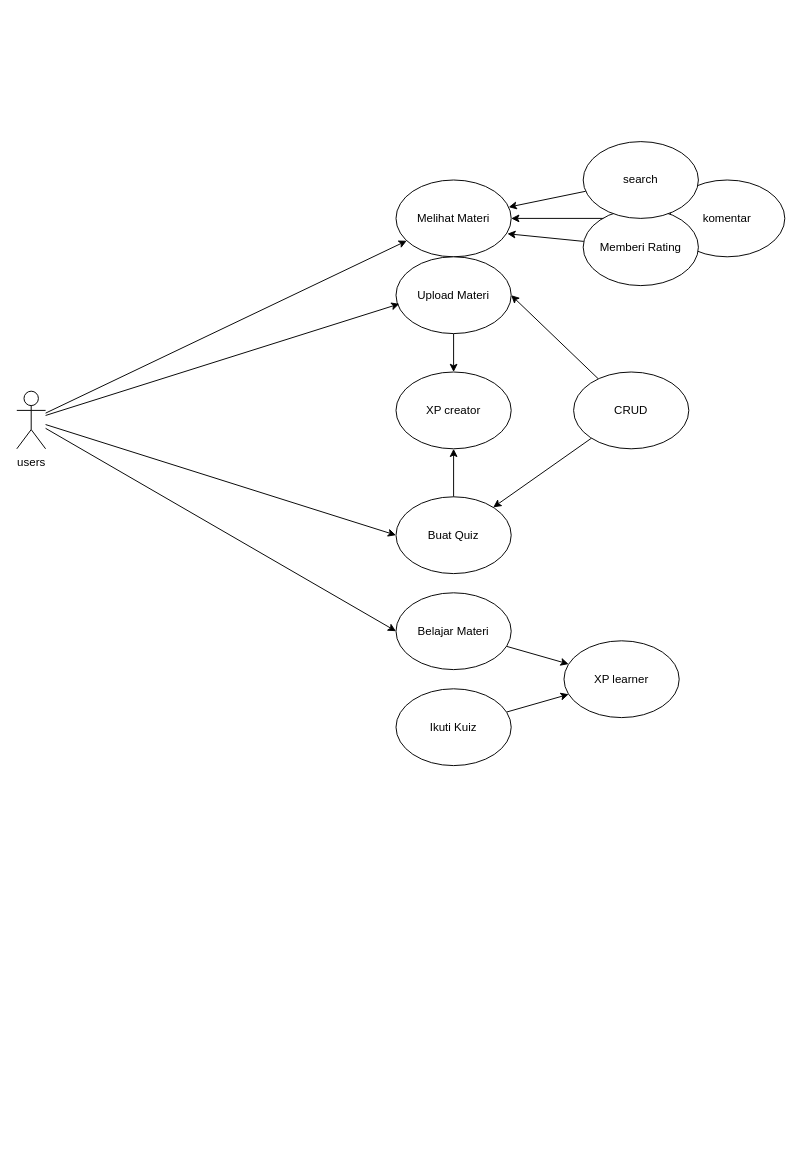
AN-maz/documentation-progress keeps this draw.io diagram as tim2/USD.drawio. Above is the earlier version. Source tidied: cells renumbered, new cells numbered last; positions are measured from the earlier drawing's top-left corner, leaving out a move shared by most shapes. Both pictures are drawn from the tidied source at 96%, with x=0, y=0 at pixel (16, 141).
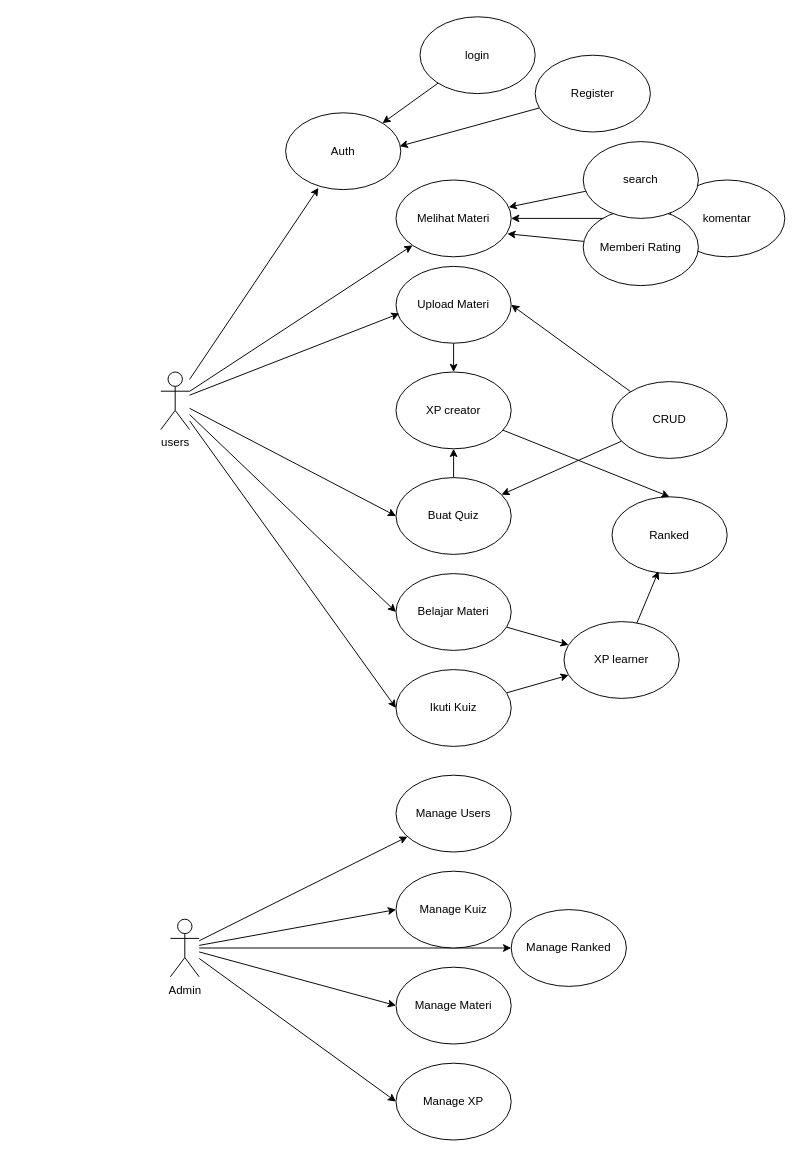
After the change.

The change refers to these unchanged cells:
```xml
<mxCell id="23" value="XP creator" style="ellipse;whiteSpace=wrap;html=1;" parent="1" vertex="1">
  <mxGeometry x="395" y="240" width="120" height="80" as="geometry" />
</mxCell>
```

Diff of the diagram source:
```diff
@@
+    <mxCell id="27" style="edgeStyle=none;html=1;entryX=0;entryY=0.5;entryDx=0;entryDy=0;" parent="1" edge="1" source="5" target="26">
+      <mxGeometry relative="1" as="geometry" />
+    </mxCell>
     <mxCell id="5" value="users" style="shape=umlActor;verticalLabelPosition=bottom;verticalAlign=top;html=1;outlineConnect=0;" parent="1" vertex="1">
-      <mxGeometry y="260" width="30" height="60" as="geometry" />
+      <mxGeometry x="150" y="240" width="30" height="60" as="geometry" />
     </mxCell>
@@
     <mxCell id="8" value="Upload Materi" style="ellipse;whiteSpace=wrap;html=1;" parent="1" vertex="1">
-      <mxGeometry x="395" y="120" width="120" height="80" as="geometry" />
+      <mxGeometry x="395" y="130" width="120" height="80" as="geometry" />
     </mxCell>
@@
     <mxCell id="15" value="Buat Quiz" style="ellipse;whiteSpace=wrap;html=1;" parent="1" vertex="1">
-      <mxGeometry x="395" y="370" width="120" height="80" as="geometry" />
+      <mxGeometry x="395" y="350" width="120" height="80" as="geometry" />
     </mxCell>
@@
     <mxCell id="18" value="CRUD" style="ellipse;whiteSpace=wrap;html=1;" parent="1" vertex="1">
-      <mxGeometry x="580" y="240" width="120" height="80" as="geometry" />
+      <mxGeometry x="620" y="250" width="120" height="80" as="geometry" />
     </mxCell>
@@
     <mxCell id="22" value="Belajar Materi" style="ellipse;whiteSpace=wrap;html=1;" parent="1" vertex="1">
-      <mxGeometry x="395" y="470" width="120" height="80" as="geometry" />
+      <mxGeometry x="395" y="450" width="120" height="80" as="geometry" />
     </mxCell>
+    <mxCell id="28" style="edgeStyle=none;html=1;entryX=0.5;entryY=0;entryDx=0;entryDy=0;" parent="1" edge="1" source="23" target="39">
+      <mxGeometry relative="1" as="geometry" />
+    </mxCell>
@@
     <mxCell id="24" value="XP learner" style="ellipse;whiteSpace=wrap;html=1;" parent="1" vertex="1">
-      <mxGeometry x="570" y="520" width="120" height="80" as="geometry" />
+      <mxGeometry x="570" y="500" width="120" height="80" as="geometry" />
     </mxCell>
@@
     <mxCell id="26" value="Ikuti Kuiz" style="ellipse;whiteSpace=wrap;html=1;" parent="1" vertex="1">
-      <mxGeometry x="395" y="570" width="120" height="80" as="geometry" />
+      <mxGeometry x="395" y="550" width="120" height="80" as="geometry" />
     </mxCell>
+    <mxCell id="29" style="edgeStyle=none;html=1;" parent="1" edge="1" source="34" target="35">
+      <mxGeometry relative="1" as="geometry" />
+    </mxCell>
+    <mxCell id="30" style="edgeStyle=none;html=1;entryX=0;entryY=0.5;entryDx=0;entryDy=0;" parent="1" edge="1" source="34" target="36">
+      <mxGeometry relative="1" as="geometry" />
+    </mxCell>
+    <mxCell id="31" style="edgeStyle=none;html=1;entryX=0;entryY=0.5;entryDx=0;entryDy=0;" parent="1" edge="1" source="34" target="37">
+      <mxGeometry relative="1" as="geometry" />
+    </mxCell>
+    <mxCell id="32" style="edgeStyle=none;html=1;entryX=0;entryY=0.5;entryDx=0;entryDy=0;" parent="1" edge="1" source="34" target="38">
+      <mxGeometry relative="1" as="geometry" />
+    </mxCell>
+    <mxCell id="33" style="edgeStyle=none;html=1;entryX=0;entryY=0.5;entryDx=0;entryDy=0;" parent="1" edge="1" source="34" target="41">
+      <mxGeometry relative="1" as="geometry" />
+    </mxCell>
+    <mxCell id="34" value="Admin" style="shape=umlActor;verticalLabelPosition=bottom;verticalAlign=top;html=1;outlineConnect=0;" parent="1" vertex="1">
+      <mxGeometry x="160" y="810" width="30" height="60" as="geometry" />
+    </mxCell>
+    <mxCell id="35" value="Manage Users" style="ellipse;whiteSpace=wrap;html=1;" parent="1" vertex="1">
+      <mxGeometry x="395" y="660" width="120" height="80" as="geometry" />
+    </mxCell>
+    <mxCell id="36" value="Manage Kuiz" style="ellipse;whiteSpace=wrap;html=1;" parent="1" vertex="1">
+      <mxGeometry x="395" y="760" width="120" height="80" as="geometry" />
+    </mxCell>
+    <mxCell id="37" value="Manage Materi" style="ellipse;whiteSpace=wrap;html=1;" parent="1" vertex="1">
+      <mxGeometry x="395" y="860" width="120" height="80" as="geometry" />
+    </mxCell>
+    <mxCell id="38" value="Manage XP" style="ellipse;whiteSpace=wrap;html=1;" parent="1" vertex="1">
+      <mxGeometry x="395" y="960" width="120" height="80" as="geometry" />
+    </mxCell>
+    <mxCell id="39" value="Ranked" style="ellipse;whiteSpace=wrap;html=1;" parent="1" vertex="1">
+      <mxGeometry x="620" y="370" width="120" height="80" as="geometry" />
+    </mxCell>
+    <mxCell id="40" style="edgeStyle=none;html=1;entryX=0.404;entryY=0.969;entryDx=0;entryDy=0;entryPerimeter=0;" parent="1" edge="1" source="24" target="39">
+      <mxGeometry relative="1" as="geometry" />
+    </mxCell>
+    <mxCell id="41" value="Manage Ranked" style="ellipse;whiteSpace=wrap;html=1;" parent="1" vertex="1">
+      <mxGeometry x="515" y="800" width="120" height="80" as="geometry" />
+    </mxCell>
+    <mxCell id="42" value="Auth" style="ellipse;whiteSpace=wrap;html=1;" parent="1" vertex="1">
+      <mxGeometry x="280" y="-30" width="120" height="80" as="geometry" />
+    </mxCell>
+    <mxCell id="43" style="edgeStyle=none;html=1;entryX=0.285;entryY=0.977;entryDx=0;entryDy=0;entryPerimeter=0;" parent="1" edge="1" source="5" target="42">
+      <mxGeometry relative="1" as="geometry" />
+    </mxCell>
+    <mxCell id="44" style="edgeStyle=none;html=1;" parent="1" edge="1" source="45" target="42">
+      <mxGeometry relative="1" as="geometry" />
+    </mxCell>
+    <mxCell id="45" value="login" style="ellipse;whiteSpace=wrap;html=1;" parent="1" vertex="1">
+      <mxGeometry x="420" y="-130" width="120" height="80" as="geometry" />
+    </mxCell>
+    <mxCell id="46" value="Register" style="ellipse;whiteSpace=wrap;html=1;" parent="1" vertex="1">
+      <mxGeometry x="540" y="-90" width="120" height="80" as="geometry" />
+    </mxCell>
+    <mxCell id="47" style="edgeStyle=none;html=1;entryX=0.99;entryY=0.435;entryDx=0;entryDy=0;entryPerimeter=0;" parent="1" edge="1" source="46" target="42">
+      <mxGeometry relative="1" as="geometry" />
+    </mxCell>
```
